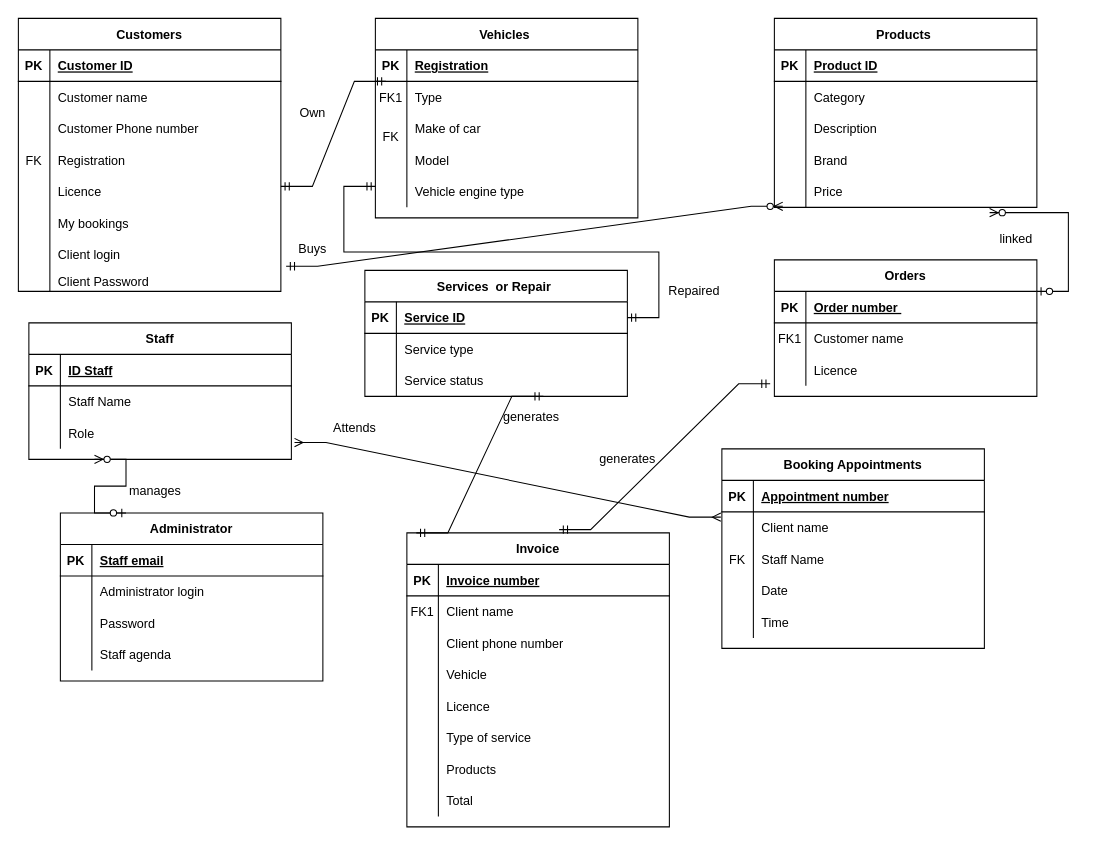
This is Untitled Diagram.drawio from PriFlores/Garage-Database-design-, a draw.io file, before an edit. Source tidied: cells renumbered, new cells numbered last; positions are measured from the earlier drawing's top-left corner, leaving out a move shared by most shapes. Both pictures are drawn from the tidied source at 105%, with x=0, y=0 at pixel (18, 18).
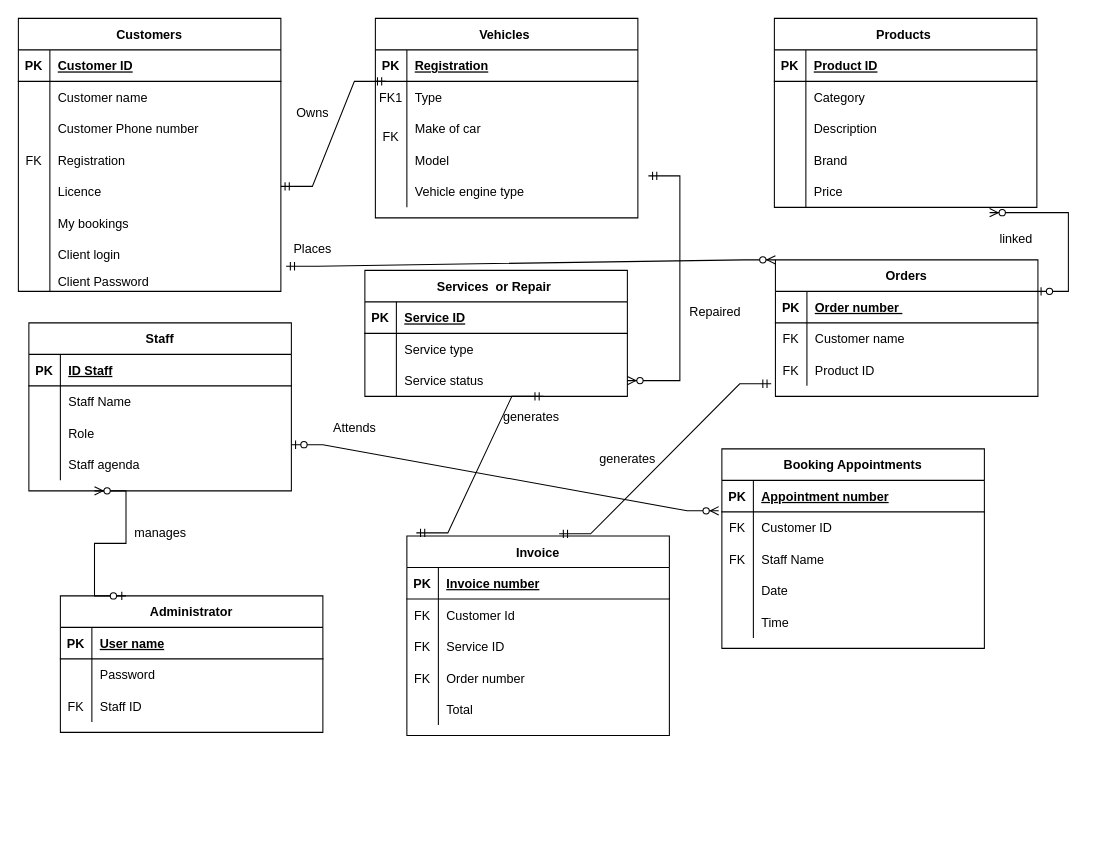
The same diagram, later.

The change refers to these unchanged cells:
```xml
<mxCell id="6" style="shape=partialRectangle;fillColor=none;top=0;left=0;right=0;bottom=0;" parent="2" vertex="1">
  <mxGeometry y="60" width="250" height="30" as="geometry" />
</mxCell>
<mxCell id="9" style="shape=partialRectangle;fillColor=none;points=[[0,0.5],[1,0.5]];portConstraint=eastwest;top=0;left=0;right=0;bottom=0;" parent="2" vertex="1">
  <mxGeometry y="90" width="250" height="30" as="geometry" />
</mxCell>
<mxCell id="31" style="shape=partialRectangle;fillColor=none;points=[[0,0.5],[1,0.5]];portConstraint=eastwest;top=0;left=0;right=0;bottom=0;" parent="12" vertex="1">
  <mxGeometry y="210" width="250" height="30" as="geometry" />
</mxCell>
<mxCell id="50" style="shape=partialRectangle;fillColor=none;points=[[0,0.5],[1,0.5]];portConstraint=eastwest;top=0;left=0;right=0;bottom=0;" parent="37" vertex="1">
  <mxGeometry y="150" width="250" height="30" as="geometry" />
</mxCell>
<mxCell id="54" style="shape=partialRectangle;fillColor=none;points=[[0,0.5],[1,0.5]];portConstraint=eastwest;top=0;left=0;right=0;bottom=1;" parent="53" vertex="1">
  <mxGeometry y="30" width="250" height="30" as="geometry" />
</mxCell>
<mxCell id="60" style="shape=partialRectangle;fillColor=none;points=[[0,0.5],[1,0.5]];portConstraint=eastwest;top=0;left=0;right=0;bottom=0;" parent="53" vertex="1">
  <mxGeometry y="90" width="250" height="30" as="geometry" />
</mxCell>
<mxCell id="70" style="shape=partialRectangle;fillColor=none;points=[[0,0.5],[1,0.5]];portConstraint=eastwest;top=0;left=0;right=0;bottom=0;" parent="63" vertex="1">
  <mxGeometry y="90" width="250" height="30" as="geometry" />
</mxCell>
<mxCell id="77" style="shape=partialRectangle;fillColor=none;points=[[0,0.5],[1,0.5]];portConstraint=eastwest;top=0;left=0;right=0;bottom=0;" parent="73" vertex="1">
  <mxGeometry y="60" width="250" height="30" as="geometry" />
</mxCell>
<mxCell id="90" style="shape=partialRectangle;fillColor=none;top=0;left=0;right=0;bottom=1;" parent="89" vertex="1">
  <mxGeometry y="30" width="250" height="30" as="geometry" />
</mxCell>
<mxCell id="93" style="shape=partialRectangle;fillColor=none;top=0;left=0;right=0;bottom=0;" parent="89" vertex="1">
  <mxGeometry y="60" width="250" height="30" as="geometry" />
</mxCell>
<mxCell id="96" style="shape=partialRectangle;fillColor=none;top=0;left=0;right=0;bottom=0;" parent="89" vertex="1">
  <mxGeometry y="90" width="250" height="30" as="geometry" />
</mxCell>
<mxCell id="122" style="shape=partialRectangle;fillColor=none;top=0;left=0;right=0;bottom=0;" parent="118" vertex="1">
  <mxGeometry y="60" width="250" height="30" as="geometry" />
</mxCell>
```

Diff of the diagram source:
```diff
@@
     <mxCell id="2" value="Orders" style="shape=table;startSize=30;childLayout=tableLayout;rowLines=0;fontStyle=1;align=center;" parent="1" vertex="1">
-      <mxGeometry x="720" y="230" width="250" height="130" as="geometry" />
+      <mxGeometry x="721" y="230" width="250" height="130" as="geometry" />
     </mxCell>
@@
-    <mxCell id="7" value="FK1" style="shape=partialRectangle;overflow=hidden;fillColor=none;top=0;left=0;bottom=0;right=0;" parent="6" vertex="1">
+    <mxCell id="7" value="FK" style="shape=partialRectangle;overflow=hidden;fillColor=none;top=0;left=0;bottom=0;right=0;" parent="6" vertex="1">
       <mxGeometry width="30" height="30" as="geometry" />
     </mxCell>
@@
-    <mxCell id="10" style="shape=partialRectangle;overflow=hidden;fillColor=none;top=0;left=0;bottom=0;right=0;" parent="9" vertex="1">
+    <mxCell id="10" value="FK" style="shape=partialRectangle;overflow=hidden;fillColor=none;top=0;left=0;bottom=0;right=0;" parent="9" vertex="1">
       <mxGeometry width="30" height="30" as="geometry" />
     </mxCell>
-    <mxCell id="11" value="Licence" style="shape=partialRectangle;overflow=hidden;fillColor=none;top=0;left=0;bottom=0;right=0;align=left;spacingLeft=6;" parent="9" vertex="1">
+    <mxCell id="11" value="Product ID" style="shape=partialRectangle;overflow=hidden;fillColor=none;top=0;left=0;bottom=0;right=0;align=left;spacingLeft=6;" parent="9" vertex="1">
       <mxGeometry x="30" width="220" height="30" as="geometry" />
     </mxCell>
@@
     <mxCell id="63" value="Staff" style="shape=table;startSize=30;childLayout=tableLayout;rowLines=0;fontStyle=1;align=center;" parent="1" vertex="1">
-      <mxGeometry x="10" y="290" width="250" height="130" as="geometry" />
+      <mxGeometry x="10" y="290" width="250" height="160" as="geometry" />
     </mxCell>
@@
+    <mxCell id="159" style="shape=partialRectangle;fillColor=none;points=[[0,0.5],[1,0.5]];portConstraint=eastwest;top=0;left=0;right=0;bottom=0;" parent="63" vertex="1">
+      <mxGeometry y="120" width="250" height="30" as="geometry" />
+    </mxCell>
+    <mxCell id="160" style="shape=partialRectangle;overflow=hidden;fillColor=none;top=0;left=0;bottom=0;right=0;" parent="159" vertex="1">
+      <mxGeometry width="30" height="30" as="geometry" />
+    </mxCell>
+    <mxCell id="101" value="Staff agenda " style="shape=partialRectangle;overflow=hidden;fillColor=none;top=0;left=0;bottom=0;right=0;align=left;spacingLeft=6;" parent="159" vertex="1">
+      <mxGeometry x="30" width="220" height="30" as="geometry" />
+    </mxCell>
@@
-    <mxCell id="78" style="shape=partialRectangle;overflow=hidden;fillColor=none;top=0;left=0;bottom=0;right=0;" parent="77" vertex="1">
+    <mxCell id="78" value="FK" style="shape=partialRectangle;overflow=hidden;fillColor=none;top=0;left=0;bottom=0;right=0;" parent="77" vertex="1">
       <mxGeometry width="30" height="30" as="geometry" />
     </mxCell>
-    <mxCell id="79" value="Client name " style="shape=partialRectangle;overflow=hidden;fillColor=none;top=0;left=0;bottom=0;right=0;align=left;spacingLeft=6;" parent="77" vertex="1">
+    <mxCell id="79" value="Customer ID " style="shape=partialRectangle;overflow=hidden;fillColor=none;top=0;left=0;bottom=0;right=0;align=left;spacingLeft=6;" parent="77" vertex="1">
       <mxGeometry x="30" width="220" height="30" as="geometry" />
     </mxCell>
@@
     <mxCell id="89" value="Administrator" style="shape=table;startSize=30;childLayout=tableLayout;rowLines=0;fontStyle=1;align=center;" parent="1" vertex="1">
-      <mxGeometry x="40" y="471" width="250" height="160" as="geometry" />
+      <mxGeometry x="40" y="550" width="250" height="130" as="geometry" />
     </mxCell>
@@
-    <mxCell id="92" value="Staff email" style="shape=partialRectangle;overflow=hidden;fillColor=none;top=0;left=0;bottom=0;right=0;align=left;spacingLeft=6;fontStyle=5;" parent="90" vertex="1">
+    <mxCell id="92" value="User name" style="shape=partialRectangle;overflow=hidden;fillColor=none;top=0;left=0;bottom=0;right=0;align=left;spacingLeft=6;fontStyle=5;" parent="90" vertex="1">
       <mxGeometry x="30" width="220" height="30" as="geometry" />
     </mxCell>
@@
-    <mxCell id="95" value="Administrator login" style="shape=partialRectangle;overflow=hidden;fillColor=none;top=0;left=0;bottom=0;right=0;align=left;spacingLeft=6;" parent="93" vertex="1">
+    <mxCell id="95" value="Password" style="shape=partialRectangle;overflow=hidden;fillColor=none;top=0;left=0;bottom=0;right=0;align=left;spacingLeft=6;" parent="93" vertex="1">
       <mxGeometry x="30" width="220" height="30" as="geometry" />
     </mxCell>
@@
-    <mxCell id="97" style="shape=partialRectangle;overflow=hidden;fillColor=none;top=0;left=0;bottom=0;right=0;" parent="96" vertex="1">
+    <mxCell id="97" value="FK" style="shape=partialRectangle;overflow=hidden;fillColor=none;top=0;left=0;bottom=0;right=0;" parent="96" vertex="1">
       <mxGeometry width="30" height="30" as="geometry" />
     </mxCell>
-    <mxCell id="98" value="Password " style="shape=partialRectangle;overflow=hidden;fillColor=none;top=0;left=0;bottom=0;right=0;align=left;spacingLeft=6;" parent="96" vertex="1">
+    <mxCell id="98" value="Staff ID" style="shape=partialRectangle;overflow=hidden;fillColor=none;top=0;left=0;bottom=0;right=0;align=left;spacingLeft=6;" parent="96" vertex="1">
       <mxGeometry x="30" width="220" height="30" as="geometry" />
     </mxCell>
-    <mxCell id="99" style="shape=partialRectangle;fillColor=none;top=0;left=0;right=0;bottom=0;" parent="89" vertex="1">
-      <mxGeometry y="120" width="250" height="30" as="geometry" />
-    </mxCell>
-    <mxCell id="100" style="shape=partialRectangle;overflow=hidden;fillColor=none;top=0;left=0;bottom=0;right=0;" parent="99" vertex="1">
-      <mxGeometry width="30" height="30" as="geometry" />
-    </mxCell>
-    <mxCell id="101" value="Staff agenda " style="shape=partialRectangle;overflow=hidden;fillColor=none;top=0;left=0;bottom=0;right=0;align=left;spacingLeft=6;" parent="99" vertex="1">
-      <mxGeometry x="30" width="220" height="30" as="geometry" />
-    </mxCell>
@@
     <mxCell id="118" value="Invoice" style="shape=table;startSize=30;childLayout=tableLayout;rowLines=0;fontStyle=1;align=center;" parent="1" vertex="1">
-      <mxGeometry x="370" y="490" width="250" height="280" as="geometry" />
+      <mxGeometry x="370" y="493" width="250" height="190" as="geometry" />
     </mxCell>
@@
-    <mxCell id="123" value="FK1" style="shape=partialRectangle;overflow=hidden;fillColor=none;top=0;left=0;bottom=0;right=0;" parent="122" vertex="1">
+    <mxCell id="123" value="FK" style="shape=partialRectangle;overflow=hidden;fillColor=none;top=0;left=0;bottom=0;right=0;" parent="122" vertex="1">
       <mxGeometry width="30" height="30" as="geometry" />
     </mxCell>
-    <mxCell id="124" value="Client name " style="shape=partialRectangle;overflow=hidden;fillColor=none;top=0;left=0;bottom=0;right=0;align=left;spacingLeft=6;" parent="122" vertex="1">
+    <mxCell id="124" value="Customer Id " style="shape=partialRectangle;overflow=hidden;fillColor=none;top=0;left=0;bottom=0;right=0;align=left;spacingLeft=6;" parent="122" vertex="1">
       <mxGeometry x="30" width="220" height="30" as="geometry" />
     </mxCell>
-    <mxCell id="125" style="shape=partialRectangle;fillColor=none;top=0;left=0;right=0;bottom=0;" parent="118" vertex="1">
-      <mxGeometry y="90" width="250" height="30" as="geometry" />
-    </mxCell>
-    <mxCell id="126" style="shape=partialRectangle;overflow=hidden;fillColor=none;top=0;left=0;bottom=0;right=0;" parent="125" vertex="1">
-      <mxGeometry width="30" height="30" as="geometry" />
-    </mxCell>
-    <mxCell id="127" value="Client phone number" style="shape=partialRectangle;overflow=hidden;fillColor=none;top=0;left=0;bottom=0;right=0;align=left;spacingLeft=6;" parent="125" vertex="1">
-      <mxGeometry x="30" width="220" height="30" as="geometry" />
-    </mxCell>
-    <mxCell id="128" style="shape=partialRectangle;fillColor=none;top=0;left=0;right=0;bottom=0;" parent="118" vertex="1">
-      <mxGeometry y="120" width="250" height="30" as="geometry" />
-    </mxCell>
-    <mxCell id="129" style="shape=partialRectangle;overflow=hidden;fillColor=none;top=0;left=0;bottom=0;right=0;" parent="128" vertex="1">
-      <mxGeometry width="30" height="30" as="geometry" />
-    </mxCell>
-    <mxCell id="130" value="Vehicle " style="shape=partialRectangle;overflow=hidden;fillColor=none;top=0;left=0;bottom=0;right=0;align=left;spacingLeft=6;" parent="128" vertex="1">
-      <mxGeometry x="30" width="220" height="30" as="geometry" />
-    </mxCell>
-    <mxCell id="131" style="shape=partialRectangle;fillColor=none;top=0;left=0;right=0;bottom=0;" parent="118" vertex="1">
-      <mxGeometry y="150" width="250" height="30" as="geometry" />
-    </mxCell>
-    <mxCell id="132" style="shape=partialRectangle;overflow=hidden;fillColor=none;top=0;left=0;bottom=0;right=0;" parent="131" vertex="1">
-      <mxGeometry width="30" height="30" as="geometry" />
-    </mxCell>
-    <mxCell id="133" value="Licence" style="shape=partialRectangle;overflow=hidden;fillColor=none;top=0;left=0;bottom=0;right=0;align=left;spacingLeft=6;" parent="131" vertex="1">
-      <mxGeometry x="30" width="220" height="30" as="geometry" />
-    </mxCell>
     <mxCell id="134" style="shape=partialRectangle;fillColor=none;top=0;left=0;right=0;bottom=0;" parent="118" vertex="1">
-      <mxGeometry y="180" width="250" height="30" as="geometry" />
+      <mxGeometry y="90" width="250" height="30" as="geometry" />
     </mxCell>
-    <mxCell id="135" style="shape=partialRectangle;overflow=hidden;fillColor=none;top=0;left=0;bottom=0;right=0;" parent="134" vertex="1">
+    <mxCell id="135" value="FK" style="shape=partialRectangle;overflow=hidden;fillColor=none;top=0;left=0;bottom=0;right=0;" parent="134" vertex="1">
       <mxGeometry width="30" height="30" as="geometry" />
     </mxCell>
-    <mxCell id="136" value="Type of service " style="shape=partialRectangle;overflow=hidden;fillColor=none;top=0;left=0;bottom=0;right=0;align=left;spacingLeft=6;" parent="134" vertex="1">
+    <mxCell id="136" value="Service ID" style="shape=partialRectangle;overflow=hidden;fillColor=none;top=0;left=0;bottom=0;right=0;align=left;spacingLeft=6;" parent="134" vertex="1">
       <mxGeometry x="30" width="220" height="30" as="geometry" />
     </mxCell>
     <mxCell id="137" style="shape=partialRectangle;fillColor=none;top=0;left=0;right=0;bottom=0;" parent="118" vertex="1">
-      <mxGeometry y="210" width="250" height="30" as="geometry" />
+      <mxGeometry y="120" width="250" height="30" as="geometry" />
     </mxCell>
-    <mxCell id="138" style="shape=partialRectangle;overflow=hidden;fillColor=none;top=0;left=0;bottom=0;right=0;" parent="137" vertex="1">
+    <mxCell id="138" value="FK" style="shape=partialRectangle;overflow=hidden;fillColor=none;top=0;left=0;bottom=0;right=0;" parent="137" vertex="1">
       <mxGeometry width="30" height="30" as="geometry" />
     </mxCell>
-    <mxCell id="139" value="Products" style="shape=partialRectangle;overflow=hidden;fillColor=none;top=0;left=0;bottom=0;right=0;align=left;spacingLeft=6;" parent="137" vertex="1">
+    <mxCell id="139" value="Order number" style="shape=partialRectangle;overflow=hidden;fillColor=none;top=0;left=0;bottom=0;right=0;align=left;spacingLeft=6;" parent="137" vertex="1">
       <mxGeometry x="30" width="220" height="30" as="geometry" />
     </mxCell>
     <mxCell id="140" style="shape=partialRectangle;fillColor=none;top=0;left=0;right=0;bottom=0;" parent="118" vertex="1">
-      <mxGeometry y="240" width="250" height="30" as="geometry" />
+      <mxGeometry y="150" width="250" height="30" as="geometry" />
     </mxCell>
@@
-    <mxCell id="144" value="Own" style="text;html=1;align=center;verticalAlign=middle;strokeColor=none;fillColor=none;" parent="1" vertex="1">
-      <mxGeometry x="260" y="80" width="40" height="20" as="geometry" />
+    <mxCell id="144" value="Owns" style="text;html=1;align=center;verticalAlign=middle;strokeColor=none;fillColor=none;" parent="1" vertex="1">
+      <mxGeometry x="255" y="80" width="50" height="20" as="geometry" />
     </mxCell>
-    <mxCell id="145" style="edgeStyle=entityRelationEdgeStyle;fontSize=12;html=1;endArrow=ERzeroToMany;startArrow=ERmandOne;rounded=0;entryX=0.032;entryY=0.967;entryDx=0;entryDy=0;entryPerimeter=0;exitX=1.02;exitY=0.867;exitDx=0;exitDy=0;exitPerimeter=0;" parent="1" edge="1" source="31" target="50">
+    <mxCell id="145" style="edgeStyle=entityRelationEdgeStyle;fontSize=12;html=1;endArrow=ERzeroToMany;startArrow=ERmandOne;rounded=0;entryX=0;entryY=0;entryDx=0;entryDy=0;exitX=1.02;exitY=0.867;exitDx=0;exitDy=0;exitPerimeter=0;" parent="1" edge="1" source="31" target="2">
       <mxGeometry relative="1" as="geometry" />
     </mxCell>
-    <mxCell id="146" value="Buys" style="text;html=1;align=center;verticalAlign=middle;strokeColor=none;fillColor=none;" parent="1" vertex="1">
-      <mxGeometry x="260" y="210" width="40" height="20" as="geometry" />
+    <mxCell id="146" value="Places" style="text;html=1;align=center;verticalAlign=middle;strokeColor=none;fillColor=none;" parent="1" vertex="1">
+      <mxGeometry x="255" y="210" width="50" height="20" as="geometry" />
     </mxCell>
-    <mxCell id="147" style="edgeStyle=entityRelationEdgeStyle;fontSize=12;html=1;endArrow=ERmany;startArrow=ERmany;rounded=0;entryX=-0.004;entryY=0.167;entryDx=0;entryDy=0;entryPerimeter=0;exitX=1.012;exitY=0.8;exitDx=0;exitDy=0;exitPerimeter=0;" parent="1" edge="1" source="70" target="77">
-      <mxGeometry relative="1" as="geometry" />
-    </mxCell>
@@
     <mxCell id="150" value="manages" style="text;html=1;align=center;verticalAlign=middle;strokeColor=none;fillColor=none;" parent="1" vertex="1">
-      <mxGeometry x="100" y="440" width="60" height="20" as="geometry" />
+      <mxGeometry x="105" y="480" width="60" height="20" as="geometry" />
     </mxCell>
-    <mxCell id="151" style="edgeStyle=entityRelationEdgeStyle;fontSize=12;html=1;endArrow=ERmandOne;startArrow=ERmandOne;rounded=0;exitX=1;exitY=0.5;exitDx=0;exitDy=0;" parent="1" edge="1" source="54">
-      <mxGeometry relative="1" as="geometry">
-        <mxPoint x="340" y="160" as="targetPoint" />
-      </mxGeometry>
-    </mxCell>
     <mxCell id="152" value="Repaired&amp;nbsp;" style="text;html=1;align=center;verticalAlign=middle;strokeColor=none;fillColor=none;" parent="1" vertex="1">
-      <mxGeometry x="610" y="250" width="70" height="20" as="geometry" />
+      <mxGeometry x="630" y="270" width="70" height="20" as="geometry" />
     </mxCell>
@@
+    <mxCell id="161" style="edgeStyle=entityRelationEdgeStyle;fontSize=12;html=1;endArrow=ERzeroToMany;startArrow=ERmandOne;rounded=0;entryX=1;entryY=0.5;entryDx=0;entryDy=0;" parent="1" edge="1" target="60">
+      <mxGeometry relative="1" as="geometry">
+        <mxPoint x="600" y="150" as="sourcePoint" />
+      </mxGeometry>
+    </mxCell>
+    <mxCell id="162" style="edgeStyle=entityRelationEdgeStyle;fontSize=12;html=1;endArrow=ERzeroToMany;startArrow=ERzeroToOne;rounded=0;exitX=1;exitY=-0.133;exitDx=0;exitDy=0;exitPerimeter=0;entryX=-0.012;entryY=-0.033;entryDx=0;entryDy=0;entryPerimeter=0;" parent="1" edge="1" source="159" target="77">
+      <mxGeometry relative="1" as="geometry" />
+    </mxCell>
```
